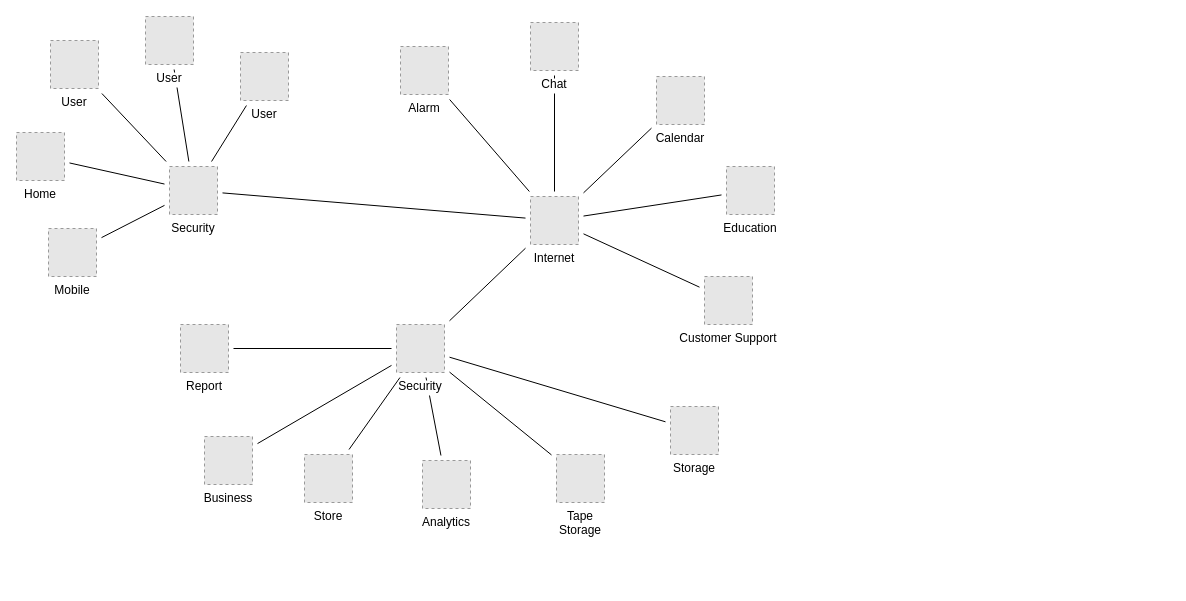
Earlier version of the draw.io diagram diagram/HomeLab.drawio (MoeRice/HomeLab). Source tidied: cells renumbered, new cells numbered last; positions are measured from the earlier drawing's top-left corner, leaving out a move shared by most shapes. Both pictures are drawn from the tidied source at 100%, with x=0, y=0 at pixel (16, 16). Pictures stored in the file or linked from it are replaced by grey dashed boxes.
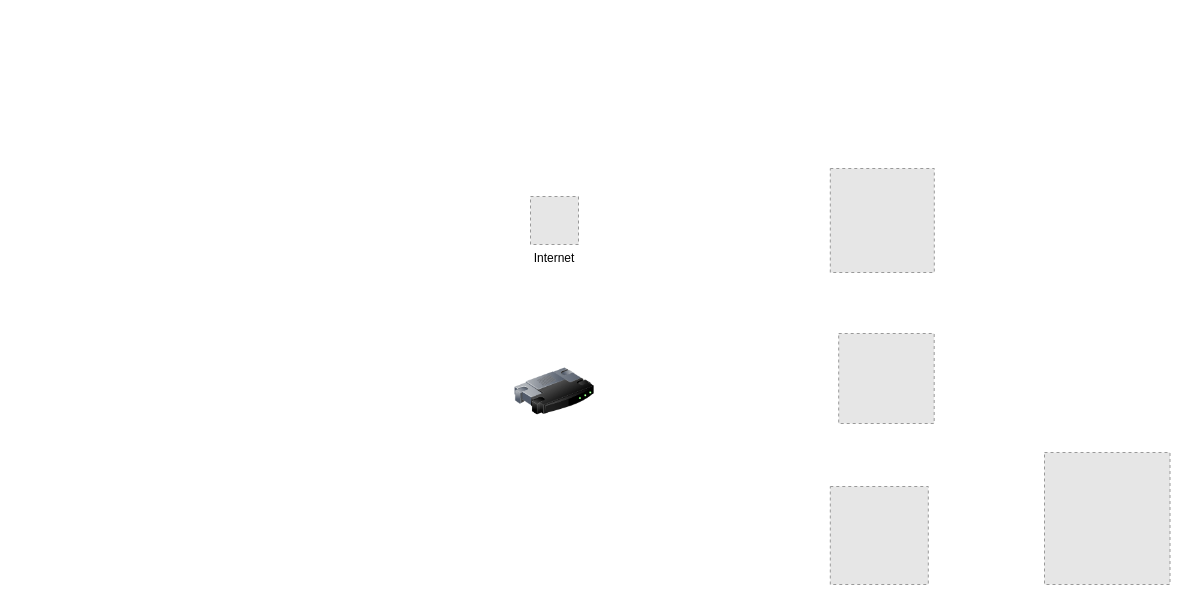
The same diagram, later.

Unchanged cells that the change refers to:
```xml
<mxCell id="30" value="Internet" style="fillColor=#E6E6E6;strokeColor=#999999;dashed=1;verticalLabelPosition=bottom;verticalAlign=top;labelBackgroundColor=#ffffff;" parent="1" vertex="1">
  <mxGeometry x="514" y="180" width="48" height="48" as="geometry" />
</mxCell>
```

Diff of the diagram source:
```diff
@@
-    <mxCell id="2" style="edgeStyle=none;rounded=0;jettySize=auto;html=1;sourcePerimeterSpacing=5;endArrow=none;endFill=0;targetPerimeterSpacing=5;" parent="1" edge="1" source="21" target="31">
-      <mxGeometry relative="1" as="geometry" />
-    </mxCell>
-    <mxCell id="3" style="edgeStyle=none;rounded=0;jettySize=auto;html=1;sourcePerimeterSpacing=5;endArrow=none;endFill=0;targetPerimeterSpacing=5;" parent="1" edge="1" source="24" target="31">
-      <mxGeometry relative="1" as="geometry" />
-    </mxCell>
-    <mxCell id="4" style="edgeStyle=none;rounded=0;jettySize=auto;html=1;sourcePerimeterSpacing=5;endArrow=none;endFill=0;targetPerimeterSpacing=5;" parent="1" edge="1" source="30" target="26">
-      <mxGeometry relative="1" as="geometry" />
-    </mxCell>
-    <mxCell id="5" style="edgeStyle=none;rounded=0;jettySize=auto;html=1;sourcePerimeterSpacing=5;endArrow=none;endFill=0;targetPerimeterSpacing=5;" parent="1" edge="1" source="30" target="22">
-      <mxGeometry relative="1" as="geometry" />
-    </mxCell>
-    <mxCell id="6" style="edgeStyle=none;rounded=0;jettySize=auto;html=1;sourcePerimeterSpacing=5;endArrow=none;endFill=0;targetPerimeterSpacing=5;" parent="1" edge="1" source="30" target="32">
-      <mxGeometry relative="1" as="geometry" />
-    </mxCell>
-    <mxCell id="7" style="edgeStyle=none;rounded=0;jettySize=auto;html=1;sourcePerimeterSpacing=5;endArrow=none;endFill=0;targetPerimeterSpacing=5;" parent="1" edge="1" source="30" target="25">
-      <mxGeometry relative="1" as="geometry" />
-    </mxCell>
-    <mxCell id="8" style="edgeStyle=none;rounded=0;jettySize=auto;html=1;sourcePerimeterSpacing=5;endArrow=none;endFill=0;targetPerimeterSpacing=5;" parent="1" edge="1" source="30" target="23">
-      <mxGeometry relative="1" as="geometry" />
-    </mxCell>
-    <mxCell id="9" style="edgeStyle=none;rounded=0;jettySize=auto;html=1;sourcePerimeterSpacing=5;endArrow=none;endFill=0;targetPerimeterSpacing=5;" parent="1" edge="1" source="30" target="38">
-      <mxGeometry relative="1" as="geometry" />
-    </mxCell>
-    <mxCell id="10" style="edgeStyle=none;rounded=0;jettySize=auto;html=1;sourcePerimeterSpacing=5;endArrow=none;endFill=0;targetPerimeterSpacing=5;" parent="1" edge="1" source="31" target="30">
-      <mxGeometry relative="1" as="geometry" />
-    </mxCell>
-    <mxCell id="11" style="edgeStyle=none;rounded=0;jettySize=auto;html=1;sourcePerimeterSpacing=5;endArrow=none;endFill=0;targetPerimeterSpacing=5;" parent="1" edge="1" source="35" target="31">
-      <mxGeometry relative="1" as="geometry" />
-    </mxCell>
-    <mxCell id="12" style="rounded=0;jettySize=auto;html=1;endArrow=none;endFill=0;sourcePerimeterSpacing=5;targetPerimeterSpacing=5;" parent="1" edge="1" source="36" target="31">
-      <mxGeometry relative="1" as="geometry" />
-    </mxCell>
-    <mxCell id="13" style="edgeStyle=none;rounded=0;jettySize=auto;html=1;sourcePerimeterSpacing=5;endArrow=none;endFill=0;targetPerimeterSpacing=5;" parent="1" edge="1" source="37" target="31">
-      <mxGeometry relative="1" as="geometry" />
-    </mxCell>
-    <mxCell id="14" style="edgeStyle=none;rounded=0;jettySize=auto;html=1;sourcePerimeterSpacing=5;endArrow=none;endFill=0;targetPerimeterSpacing=5;" parent="1" edge="1" source="38" target="28">
-      <mxGeometry relative="1" as="geometry" />
-    </mxCell>
-    <mxCell id="15" style="edgeStyle=none;rounded=0;jettySize=auto;html=1;sourcePerimeterSpacing=5;endArrow=none;endFill=0;targetPerimeterSpacing=5;" parent="1" edge="1" source="38" target="27">
-      <mxGeometry relative="1" as="geometry" />
-    </mxCell>
-    <mxCell id="16" style="edgeStyle=none;rounded=0;jettySize=auto;html=1;sourcePerimeterSpacing=5;endArrow=none;endFill=0;targetPerimeterSpacing=5;" parent="1" edge="1" source="38" target="34">
-      <mxGeometry relative="1" as="geometry" />
-    </mxCell>
-    <mxCell id="17" style="edgeStyle=none;rounded=0;jettySize=auto;html=1;sourcePerimeterSpacing=5;endArrow=none;endFill=0;targetPerimeterSpacing=5;" parent="1" edge="1" source="38" target="33">
-      <mxGeometry relative="1" as="geometry" />
-    </mxCell>
-    <mxCell id="18" style="edgeStyle=none;rounded=0;jettySize=auto;html=1;sourcePerimeterSpacing=5;endArrow=none;endFill=0;targetPerimeterSpacing=5;" parent="1" edge="1" source="38" target="20">
-      <mxGeometry relative="1" as="geometry" />
-    </mxCell>
-    <mxCell id="19" style="edgeStyle=none;rounded=0;jettySize=auto;html=1;sourcePerimeterSpacing=5;endArrow=none;endFill=0;targetPerimeterSpacing=5;" parent="1" edge="1" source="38" target="29">
-      <mxGeometry relative="1" as="geometry" />
-    </mxCell>
-    <mxCell id="20" value="Tape&#10;Storage" style="fillColor=#E6E6E6;strokeColor=#999999;dashed=1;verticalLabelPosition=bottom;verticalAlign=top;labelBackgroundColor=#ffffff;" parent="1" vertex="1">
-      <mxGeometry x="540" y="438" width="48" height="48" as="geometry" />
-    </mxCell>
-    <mxCell id="21" value="Mobile" style="fillColor=#E6E6E6;strokeColor=#999999;dashed=1;verticalLabelPosition=bottom;verticalAlign=top;labelBackgroundColor=#ffffff;" parent="1" vertex="1">
-      <mxGeometry x="32" y="212" width="48" height="48" as="geometry" />
-    </mxCell>
-    <mxCell id="22" value="Chat" style="fillColor=#E6E6E6;strokeColor=#999999;dashed=1;verticalLabelPosition=bottom;verticalAlign=top;labelBackgroundColor=#ffffff;" parent="1" vertex="1">
-      <mxGeometry x="514" y="6" width="48" height="48" as="geometry" />
-    </mxCell>
-    <mxCell id="23" value="Customer Support" style="fillColor=#E6E6E6;strokeColor=#999999;dashed=1;verticalLabelPosition=bottom;verticalAlign=top;labelBackgroundColor=#ffffff;" parent="1" vertex="1">
-      <mxGeometry x="688" y="260" width="48" height="48" as="geometry" />
-    </mxCell>
-    <mxCell id="24" value="Home" style="fillColor=#E6E6E6;strokeColor=#999999;dashed=1;verticalLabelPosition=bottom;verticalAlign=top;labelBackgroundColor=#ffffff;" parent="1" vertex="1">
-      <mxGeometry y="116" width="48" height="48" as="geometry" />
-    </mxCell>
-    <mxCell id="25" value="Education" style="fillColor=#E6E6E6;strokeColor=#999999;dashed=1;verticalLabelPosition=bottom;verticalAlign=top;labelBackgroundColor=#ffffff;" parent="1" vertex="1">
-      <mxGeometry x="710" y="150" width="48" height="48" as="geometry" />
-    </mxCell>
-    <mxCell id="26" value="Alarm" style="fillColor=#E6E6E6;strokeColor=#999999;dashed=1;verticalLabelPosition=bottom;verticalAlign=top;labelBackgroundColor=#ffffff;" parent="1" vertex="1">
-      <mxGeometry x="384" y="30" width="48" height="48" as="geometry" />
-    </mxCell>
-    <mxCell id="27" value="Business" style="fillColor=#E6E6E6;strokeColor=#999999;dashed=1;verticalLabelPosition=bottom;verticalAlign=top;labelBackgroundColor=#ffffff;" parent="1" vertex="1">
-      <mxGeometry x="188" y="420" width="48" height="48" as="geometry" />
-    </mxCell>
-    <mxCell id="28" value="Report" style="fillColor=#E6E6E6;strokeColor=#999999;dashed=1;verticalLabelPosition=bottom;verticalAlign=top;labelBackgroundColor=#ffffff;" parent="1" vertex="1">
-      <mxGeometry x="164" y="308" width="48" height="48" as="geometry" />
-    </mxCell>
-    <mxCell id="29" value="Storage" style="fillColor=#E6E6E6;strokeColor=#999999;dashed=1;verticalLabelPosition=bottom;verticalAlign=top;labelBackgroundColor=#ffffff;" parent="1" vertex="1">
-      <mxGeometry x="654" y="390" width="48" height="48" as="geometry" />
-    </mxCell>
@@
-    <mxCell id="31" value="Security" style="fillColor=#E6E6E6;strokeColor=#999999;dashed=1;verticalLabelPosition=bottom;verticalAlign=top;labelBackgroundColor=#ffffff;" parent="1" vertex="1">
-      <mxGeometry x="153" y="150" width="48" height="48" as="geometry" />
-    </mxCell>
-    <mxCell id="32" value="Calendar" style="fillColor=#E6E6E6;strokeColor=#999999;dashed=1;verticalLabelPosition=bottom;verticalAlign=top;labelBackgroundColor=#ffffff;" parent="1" vertex="1">
-      <mxGeometry x="640" y="60" width="48" height="48" as="geometry" />
-    </mxCell>
-    <mxCell id="33" value="Analytics" style="fillColor=#E6E6E6;strokeColor=#999999;dashed=1;verticalLabelPosition=bottom;verticalAlign=top;labelBackgroundColor=#ffffff;" parent="1" vertex="1">
-      <mxGeometry x="406" y="444" width="48" height="48" as="geometry" />
-    </mxCell>
-    <mxCell id="34" value="Store" style="fillColor=#E6E6E6;strokeColor=#999999;dashed=1;verticalLabelPosition=bottom;verticalAlign=top;labelBackgroundColor=#ffffff;" parent="1" vertex="1">
-      <mxGeometry x="288" y="438" width="48" height="48" as="geometry" />
-    </mxCell>
-    <mxCell id="35" value="User" style="fillColor=#E6E6E6;strokeColor=#999999;dashed=1;verticalLabelPosition=bottom;verticalAlign=top;labelBackgroundColor=#ffffff;" parent="1" vertex="1">
-      <mxGeometry x="34" y="24" width="48" height="48" as="geometry" />
-    </mxCell>
-    <mxCell id="36" value="User" style="fillColor=#E6E6E6;strokeColor=#999999;dashed=1;verticalLabelPosition=bottom;verticalAlign=top;labelBackgroundColor=#ffffff;" parent="1" vertex="1">
-      <mxGeometry x="224" y="36" width="48" height="48" as="geometry" />
-    </mxCell>
-    <mxCell id="37" value="User" style="fillColor=#E6E6E6;strokeColor=#999999;dashed=1;verticalLabelPosition=bottom;verticalAlign=top;labelBackgroundColor=#ffffff;" parent="1" vertex="1">
-      <mxGeometry x="129" width="48" height="48" as="geometry" />
-    </mxCell>
-    <mxCell id="38" value="Security" style="fillColor=#E6E6E6;strokeColor=#999999;dashed=1;verticalLabelPosition=bottom;verticalAlign=top;labelBackgroundColor=#ffffff;" parent="1" vertex="1">
-      <mxGeometry x="380" y="308" width="48" height="48" as="geometry" />
-    </mxCell>
+    <mxCell id="39" style="image;html=1;image=img/lib/clip_art/networking/Router_128x128.png;" parent="1" vertex="1">
+      <mxGeometry x="498" y="335" width="80" height="80" as="geometry" />
+    </mxCell>
+    <mxCell id="40" style="fillColor=#E6E6E6;strokeColor=#999999;dashed=1;html=1;verticalAlign=top;verticalLabelPosition=bottom;labelBackgroundColor=#ffffff;" parent="1" vertex="1">
+      <mxGeometry x="813.8" y="152" width="104" height="104" as="geometry" />
+    </mxCell>
+    <mxCell id="41" style="fillColor=#E6E6E6;strokeColor=#999999;dashed=1;verticalLabelPosition=bottom;verticalAlign=top;" parent="1" vertex="1">
+      <mxGeometry x="822.2" y="317" width="95.5" height="90" as="geometry" />
+    </mxCell>
+    <mxCell id="42" style="fillColor=#E6E6E6;strokeColor=#999999;dashed=1;html=1;verticalAlign=top;verticalLabelPosition=bottom;labelBackgroundColor=#ffffff;" parent="1" vertex="1">
+      <mxGeometry x="813.8" y="470" width="98" height="98" as="geometry" />
+    </mxCell>
+    <mxCell id="43" style="fillColor=#E6E6E6;strokeColor=#999999;dashed=1;verticalLabelPosition=bottom;verticalAlign=top;" parent="1" vertex="1">
+      <mxGeometry x="1028" y="436" width="125.5" height="132" as="geometry" />
+    </mxCell>
```
